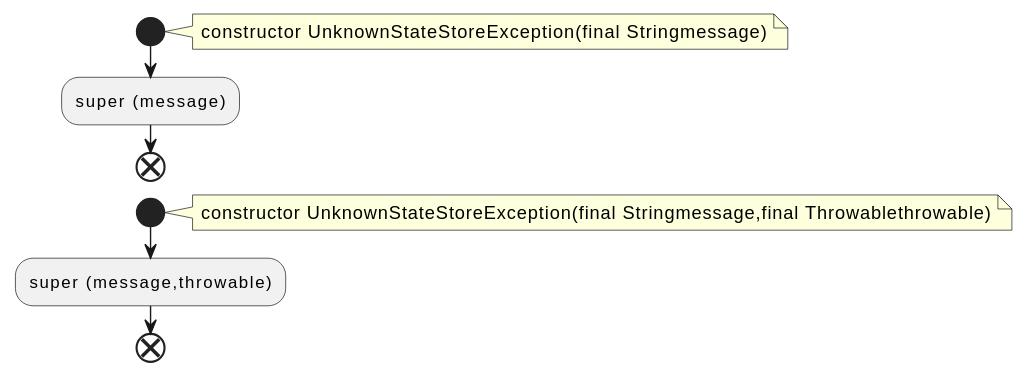
Earlier version of the PlantUML export docs/qc/streams/src/main/java/org/apache/kafka/streams/errors/UnknownStateStoreException.java.fct.svg (qualitesys/kafka).
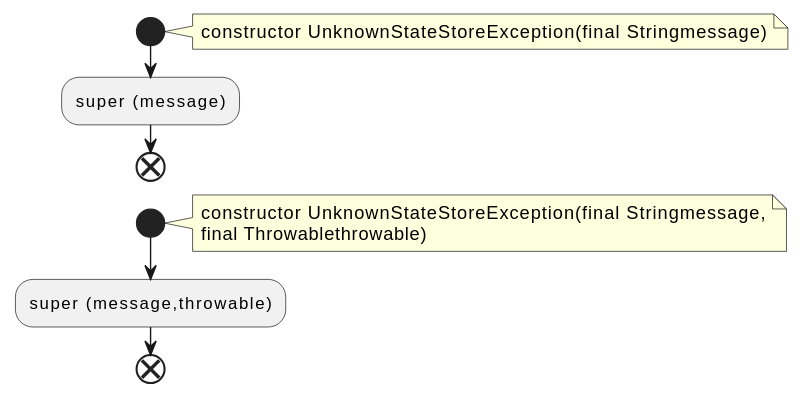
Later version of the same file.

What changed in the source:
```diff
@@ -8,7 +8,8 @@
 end
 start
 note right
-constructor UnknownStateStoreException(final Stringmessage,final Throwablethrowable)
+constructor UnknownStateStoreException(final Stringmessage,
+final Throwablethrowable)
 end note
 :super (message,throwable);
 end
```
